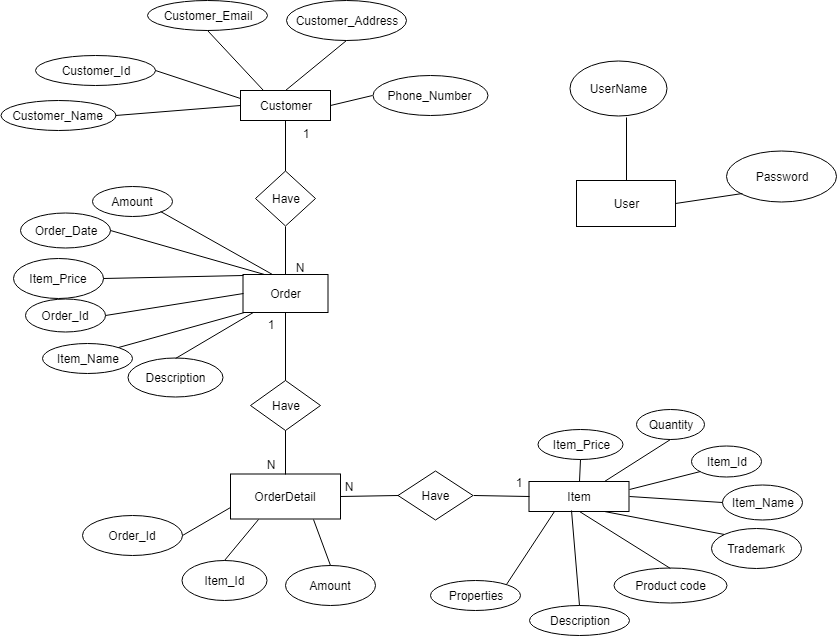
Above: Document/ERD.png in LinhNguyennnn/Shop_HeadPhone_G03 (draw.io), before the change. Source tidied: cells renumbered, new cells last; positions are measured from the earlier drawing's top-left corner, leaving out a move shared by most shapes.
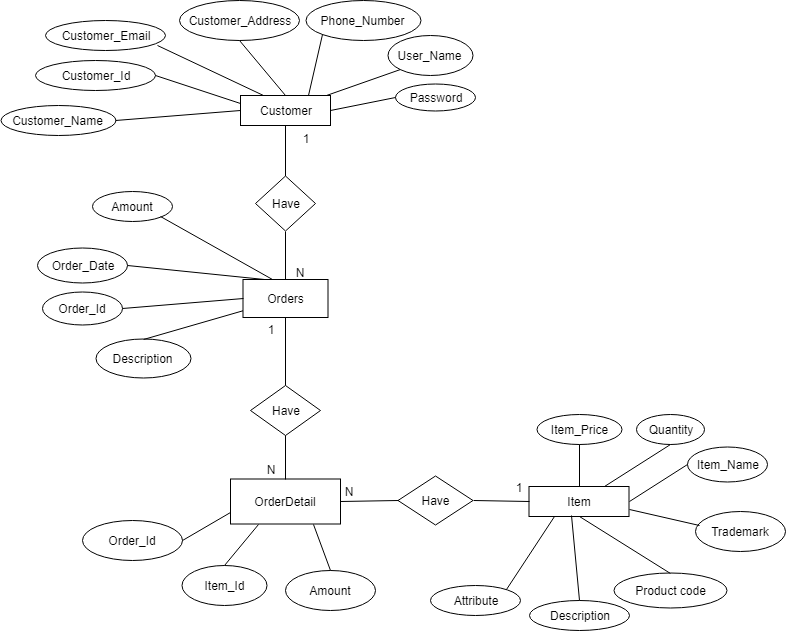
After the change.

Change to the diagram source:
```diff
@@ -15,13 +15,13 @@
       <mxGeometry x="35" y="55" width="120" height="30" as="geometry" />
     </mxCell>
     <mxCell id="6" value="Customer_Address" style="ellipse;whiteSpace=wrap;html=1;" parent="1" vertex="1">
-      <mxGeometry x="286" width="120" height="40" as="geometry" />
+      <mxGeometry x="179" y="-5" width="120" height="40" as="geometry" />
     </mxCell>
     <mxCell id="7" value="Customer_Email" style="ellipse;whiteSpace=wrap;html=1;" parent="1" vertex="1">
-      <mxGeometry x="146.5" width="120" height="30" as="geometry" />
+      <mxGeometry x="45" y="15" width="120" height="30" as="geometry" />
     </mxCell>
     <mxCell id="8" value="Phone_Number" style="ellipse;whiteSpace=wrap;html=1;" parent="1" vertex="1">
-      <mxGeometry x="372" y="75" width="115" height="40" as="geometry" />
+      <mxGeometry x="305" y="-5" width="115" height="40" as="geometry" />
     </mxCell>
     <mxCell id="9" style="endArrow=none;html=1;entryX=0;entryY=0.5;entryDx=0;entryDy=0;exitX=1;exitY=0.5;exitDx=0;exitDy=0;" parent="1" edge="1" source="4" target="2">
       <mxGeometry relative="1" as="geometry" />
@@ -29,34 +29,31 @@
     <mxCell id="10" style="endArrow=none;html=1;entryX=0;entryY=0.25;entryDx=0;entryDy=0;exitX=1;exitY=0.5;exitDx=0;exitDy=0;" parent="1" edge="1" source="5" target="2">
       <mxGeometry relative="1" as="geometry" />
     </mxCell>
-    <mxCell id="11" style="endArrow=none;html=1;entryX=0.25;entryY=0;entryDx=0;entryDy=0;exitX=0.5;exitY=1;exitDx=0;exitDy=0;" parent="1" edge="1" source="7" target="2">
+    <mxCell id="11" style="endArrow=none;html=1;entryX=0.25;entryY=0;entryDx=0;entryDy=0;exitX=0.933;exitY=0.833;exitDx=0;exitDy=0;exitPerimeter=0;" parent="1" edge="1" source="7" target="2">
       <mxGeometry relative="1" as="geometry" />
     </mxCell>
     <mxCell id="12" style="endArrow=none;html=1;entryX=0.5;entryY=1;entryDx=0;entryDy=0;exitX=0.5;exitY=0;exitDx=0;exitDy=0;" parent="1" edge="1" source="2" target="6">
       <mxGeometry relative="1" as="geometry" />
     </mxCell>
-    <mxCell id="13" style="endArrow=none;html=1;entryX=0;entryY=0.5;entryDx=0;entryDy=0;exitX=1;exitY=0.5;exitDx=0;exitDy=0;" parent="1" edge="1" source="2" target="8">
+    <mxCell id="13" style="endArrow=none;html=1;entryX=0;entryY=1;entryDx=0;entryDy=0;exitX=0.75;exitY=0;exitDx=0;exitDy=0;" parent="1" edge="1" source="2" target="8">
       <mxGeometry relative="1" as="geometry" />
     </mxCell>
-    <mxCell id="14" value="Item_Id" style="ellipse;whiteSpace=wrap;html=1;" parent="1" vertex="1">
-      <mxGeometry x="690.5" y="445" width="70" height="31" as="geometry" />
-    </mxCell>
     <mxCell id="15" value="Item_Name" style="ellipse;whiteSpace=wrap;html=1;" parent="1" vertex="1">
-      <mxGeometry x="722" y="484.5" width="80" height="35" as="geometry" />
+      <mxGeometry x="686.5" y="441" width="80" height="35" as="geometry" />
     </mxCell>
     <mxCell id="16" value="Description" style="ellipse;whiteSpace=wrap;html=1;" parent="1" vertex="1">
-      <mxGeometry x="528.5" y="605" width="100" height="30" as="geometry" />
+      <mxGeometry x="528.5" y="595" width="100" height="30" as="geometry" />
     </mxCell>
     <mxCell id="17" value="Item_Price" style="ellipse;whiteSpace=wrap;html=1;" parent="1" vertex="1">
-      <mxGeometry x="537.5" y="428.5" width="85" height="30" as="geometry" />
+      <mxGeometry x="536" y="409" width="85" height="30" as="geometry" />
     </mxCell>
     <mxCell id="18" value="&lt;pre id=&quot;tw-target-text&quot;&gt;&lt;font face=&quot;Helvetica&quot;&gt;Trademark&lt;/font&gt;&lt;br&gt;&lt;/pre&gt;" style="ellipse;whiteSpace=wrap;html=1;" parent="1" vertex="1">
-      <mxGeometry x="711" y="528" width="90" height="40" as="geometry" />
+      <mxGeometry x="695" y="506" width="90" height="40" as="geometry" />
     </mxCell>
     <mxCell id="19" value="&lt;span&gt;Product code&lt;/span&gt;" style="ellipse;whiteSpace=wrap;html=1;" parent="1" vertex="1">
       <mxGeometry x="613.5" y="567.5" width="113" height="35" as="geometry" />
     </mxCell>
-    <mxCell id="20" value="&lt;span&gt;Properties&lt;/span&gt;" style="ellipse;whiteSpace=wrap;html=1;" parent="1" vertex="1">
+    <mxCell id="20" value="&lt;span&gt;Attribute&lt;/span&gt;&lt;br&gt;" style="ellipse;whiteSpace=wrap;html=1;" parent="1" vertex="1">
       <mxGeometry x="429.5" y="580" width="90" height="30" as="geometry" />
     </mxCell>
     <mxCell id="21" value="Quantity" style="ellipse;whiteSpace=wrap;html=1;" parent="1" vertex="1">
@@ -74,54 +71,39 @@
     <mxCell id="25" style="endArrow=none;html=1;entryX=0.5;entryY=1;entryDx=0;entryDy=0;exitX=0.5;exitY=0;exitDx=0;exitDy=0;" parent="1" edge="1" source="19" target="3">
       <mxGeometry relative="1" as="geometry" />
     </mxCell>
-    <mxCell id="26" style="endArrow=none;html=1;entryX=0.75;entryY=1;entryDx=0;entryDy=0;exitX=0;exitY=0;exitDx=0;exitDy=0;" parent="1" edge="1" source="18" target="3">
+    <mxCell id="26" style="endArrow=none;html=1;exitX=0.044;exitY=0.35;exitDx=0;exitDy=0;exitPerimeter=0;entryX=1;entryY=0.75;entryDx=0;entryDy=0;" parent="1" edge="1" source="18" target="3">
       <mxGeometry relative="1" as="geometry" />
     </mxCell>
     <mxCell id="27" style="endArrow=none;html=1;entryX=1;entryY=0.5;entryDx=0;entryDy=0;exitX=0;exitY=0.5;exitDx=0;exitDy=0;" parent="1" edge="1" source="15" target="3">
       <mxGeometry relative="1" as="geometry" />
     </mxCell>
-    <mxCell id="28" style="endArrow=none;html=1;entryX=0;entryY=1;entryDx=0;entryDy=0;exitX=1;exitY=0.25;exitDx=0;exitDy=0;" parent="1" edge="1" source="3" target="14">
-      <mxGeometry relative="1" as="geometry" />
-    </mxCell>
     <mxCell id="29" style="endArrow=none;html=1;entryX=0.5;entryY=1;entryDx=0;entryDy=0;exitX=0.75;exitY=0;exitDx=0;exitDy=0;" parent="1" edge="1" source="3" target="21">
       <mxGeometry relative="1" as="geometry" />
     </mxCell>
     <mxCell id="30" value="1" style="text;html=1;align=left;verticalAlign=top;spacingTop=-4;" parent="1" vertex="1">
       <mxGeometry x="310" y="282.5" width="20" height="20" as="geometry" />
     </mxCell>
-    <mxCell id="31" value="Order&lt;br&gt;" style="rounded=0;whiteSpace=wrap;html=1;" parent="1" vertex="1">
+    <mxCell id="31" value="Orders&lt;br&gt;" style="rounded=0;whiteSpace=wrap;html=1;" parent="1" vertex="1">
       <mxGeometry x="242.5" y="274" width="85" height="38" as="geometry" />
     </mxCell>
     <mxCell id="32" value="Order_Id" style="ellipse;whiteSpace=wrap;html=1;" parent="1" vertex="1">
-      <mxGeometry x="25" y="298" width="80" height="33" as="geometry" />
+      <mxGeometry x="41.5" y="286" width="80" height="33" as="geometry" />
     </mxCell>
     <mxCell id="33" value="Order_Date" style="ellipse;whiteSpace=wrap;html=1;" parent="1" vertex="1">
-      <mxGeometry x="20" y="212" width="90" height="35" as="geometry" />
+      <mxGeometry x="36.5" y="242" width="90" height="35" as="geometry" />
     </mxCell>
-    <mxCell id="34" value="Item_Name" style="ellipse;whiteSpace=wrap;html=1;" parent="1" vertex="1">
-      <mxGeometry x="41.5" y="342.5" width="90" height="30" as="geometry" />
-    </mxCell>
     <mxCell id="35" value="Description" style="ellipse;whiteSpace=wrap;html=1;" parent="1" vertex="1">
-      <mxGeometry x="127.5" y="357.5" width="95" height="39" as="geometry" />
+      <mxGeometry x="95" y="333.5" width="95" height="39" as="geometry" />
     </mxCell>
-    <mxCell id="36" value="Item_Price" style="ellipse;whiteSpace=wrap;html=1;" parent="1" vertex="1">
-      <mxGeometry x="12.5" y="258" width="90" height="40" as="geometry" />
-    </mxCell>
     <mxCell id="37" style="endArrow=none;html=1;entryX=0.5;entryY=0;entryDx=0;entryDy=0;" parent="1" edge="1" source="31" target="35">
       <mxGeometry relative="1" as="geometry" />
     </mxCell>
     <mxCell id="38" style="endArrow=none;html=1;entryX=1;entryY=0.5;entryDx=0;entryDy=0;exitX=0.25;exitY=0;exitDx=0;exitDy=0;" parent="1" edge="1" source="31" target="33">
       <mxGeometry relative="1" as="geometry" />
     </mxCell>
-    <mxCell id="39" style="endArrow=none;html=1;entryX=1;entryY=0.5;entryDx=0;entryDy=0;exitX=0.003;exitY=0.024;exitDx=0;exitDy=0;exitPerimeter=0;" parent="1" edge="1" source="31" target="36">
-      <mxGeometry relative="1" as="geometry" />
-    </mxCell>
     <mxCell id="40" style="endArrow=none;html=1;entryX=1;entryY=0.5;entryDx=0;entryDy=0;exitX=0;exitY=0.5;exitDx=0;exitDy=0;" parent="1" edge="1" source="31" target="32">
       <mxGeometry relative="1" as="geometry" />
     </mxCell>
-    <mxCell id="41" style="endArrow=none;html=1;entryX=1;entryY=0;entryDx=0;entryDy=0;exitX=0.017;exitY=0.989;exitDx=0;exitDy=0;exitPerimeter=0;" parent="1" edge="1" source="31" target="34">
-      <mxGeometry relative="1" as="geometry" />
-    </mxCell>
     <mxCell id="42" style="endArrow=none;html=1;entryX=0.5;entryY=1;entryDx=0;entryDy=0;exitX=0.5;exitY=0;exitDx=0;exitDy=0;" parent="1" edge="1" source="44" target="2">
       <mxGeometry relative="1" as="geometry" />
     </mxCell>
@@ -194,20 +176,17 @@
     <mxCell id="65" style="endArrow=none;html=1;entryX=0.25;entryY=1;entryDx=0;entryDy=0;exitX=0.5;exitY=0;exitDx=0;exitDy=0;" parent="1" edge="1" source="64" target="47">
       <mxGeometry relative="1" as="geometry" />
     </mxCell>
-    <mxCell id="66" value="User" style="rounded=0;whiteSpace=wrap;html=1;" parent="1" vertex="1">
-      <mxGeometry x="576" y="180" width="99" height="46" as="geometry" />
-    </mxCell>
-    <mxCell id="67" value="UserName" style="ellipse;whiteSpace=wrap;html=1;" parent="1" vertex="1">
-      <mxGeometry x="569" y="60" width="97" height="55" as="geometry" />
-    </mxCell>
     <mxCell id="68" value="Password" style="ellipse;whiteSpace=wrap;html=1;" parent="1" vertex="1">
-      <mxGeometry x="726" y="150" width="110" height="51" as="geometry" />
+      <mxGeometry x="394.5" y="78" width="80" height="27" as="geometry" />
     </mxCell>
-    <mxCell id="69" style="endArrow=none;html=1;entryX=0.588;entryY=1.036;entryDx=0;entryDy=0;entryPerimeter=0;exitX=0.5;exitY=0;exitDx=0;exitDy=0;" parent="1" edge="1" source="66" target="67">
-      <mxGeometry relative="1" as="geometry" />
-    </mxCell>
-    <mxCell id="70" style="endArrow=none;html=1;entryX=0;entryY=1;entryDx=0;entryDy=0;exitX=1;exitY=0.5;exitDx=0;exitDy=0;" parent="1" edge="1" source="66" target="68">
-      <mxGeometry relative="1" as="geometry" />
-    </mxCell>
+    <mxCell id="71" value="User_Name" style="ellipse;whiteSpace=wrap;html=1;" parent="1" vertex="1">
+      <mxGeometry x="387" y="30" width="85" height="40" as="geometry" />
+    </mxCell>
+    <mxCell id="72" style="endArrow=none;html=1;entryX=0;entryY=1;entryDx=0;entryDy=0;exitX=0.956;exitY=0;exitDx=0;exitDy=0;exitPerimeter=0;" parent="1" edge="1" source="2" target="71">
+      <mxGeometry relative="1" as="geometry" />
+    </mxCell>
+    <mxCell id="73" style="endArrow=none;html=1;entryX=0;entryY=0.5;entryDx=0;entryDy=0;exitX=1;exitY=0.5;exitDx=0;exitDy=0;" parent="1" edge="1" source="2" target="68">
+      <mxGeometry relative="1" as="geometry" />
+    </mxCell>
   </root>
 </mxGraphModel>
```
